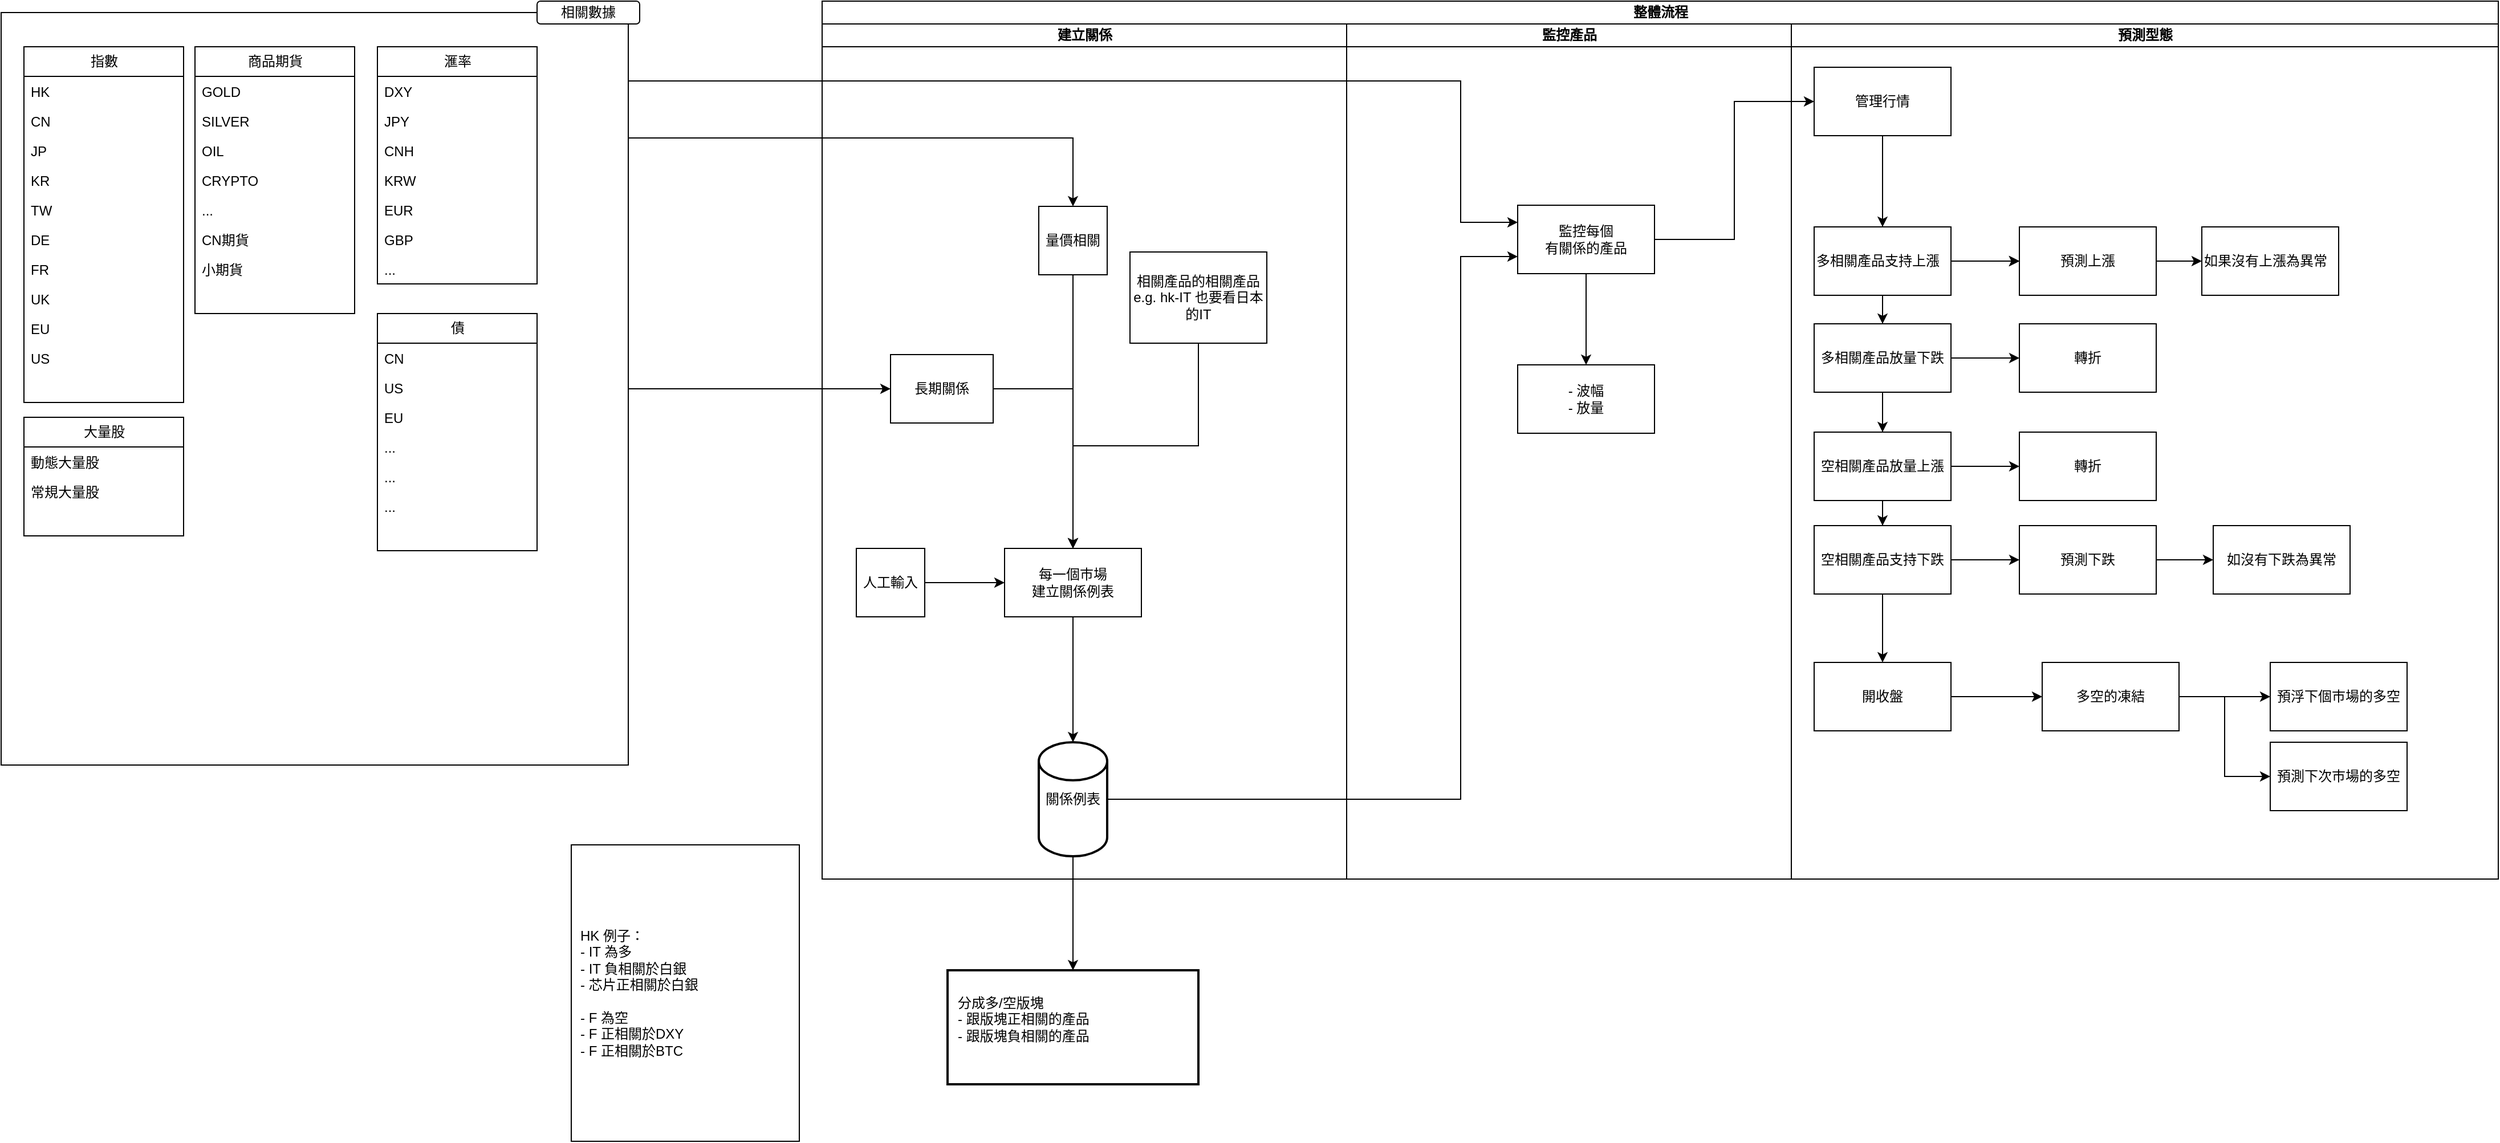
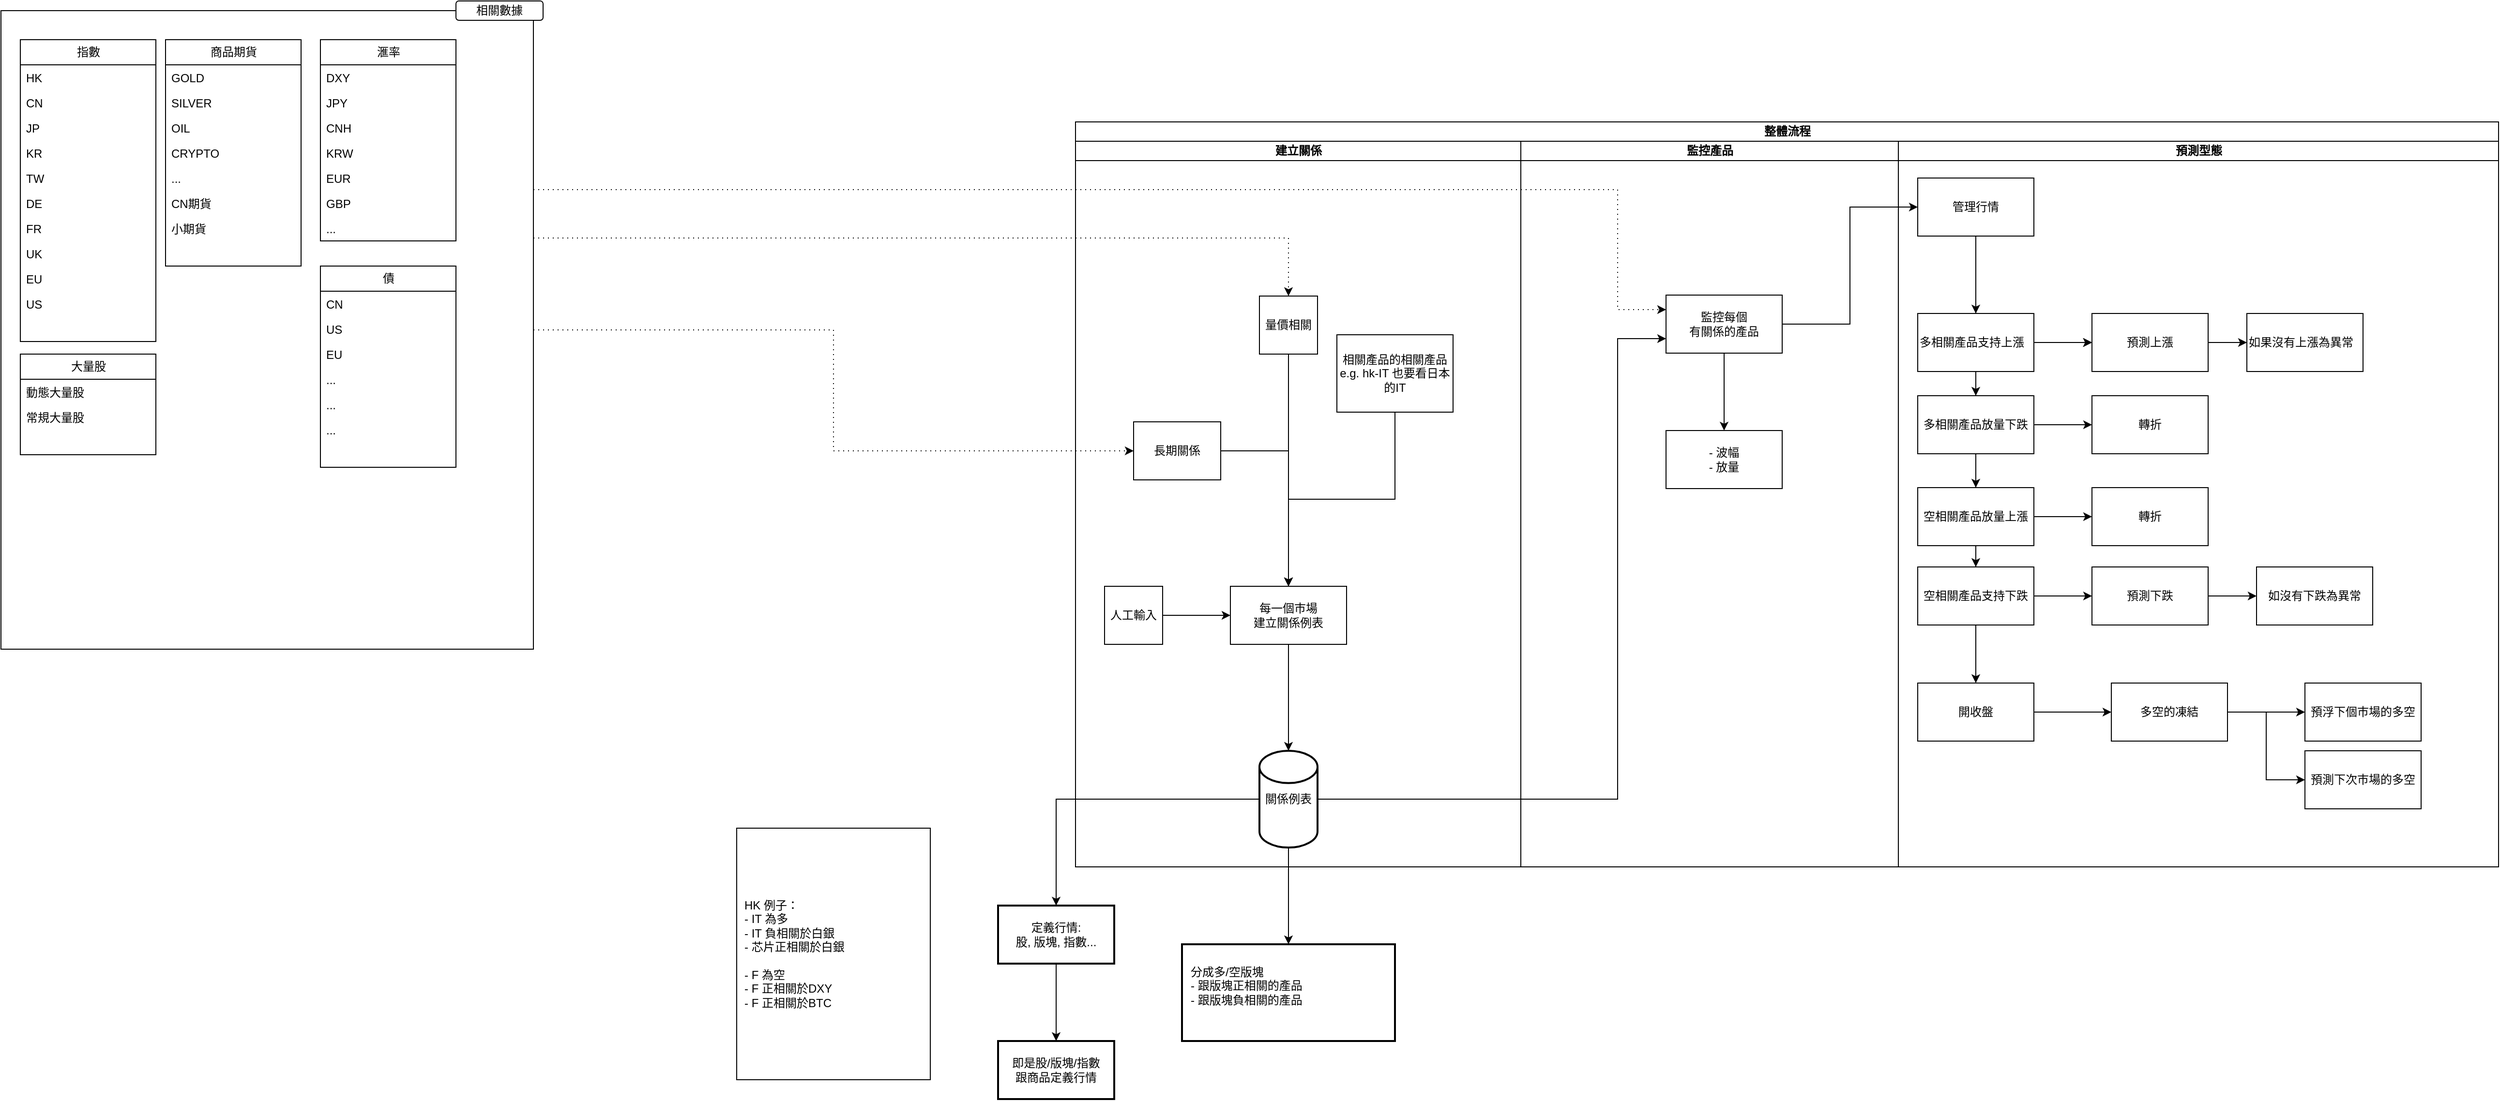
<mxfile host="app.diagrams.net" agent="5.0 (Windows NT 10.0; Win64; x64) AppleWebKit/537.36 (KHTML, like Gecko) Chrome/90.0.4430.212 Safari/537.36">
  <diagram name="Page-1" id="74e2e168-ea6b-b213-b513-2b3c1d86103e">
-     <mxGraphModel dx="3442" dy="810" grid="1" gridSize="10" guides="1" tooltips="1" connect="1" arrows="1" fold="1" page="1" pageScale="1" pageWidth="1100" pageHeight="850" background="none" math="0" shadow="0">
+     <mxGraphModel dx="3538" dy="1800" grid="1" gridSize="10" guides="1" tooltips="1" connect="1" arrows="1" fold="1" page="1" pageScale="1" pageWidth="1100" pageHeight="850" background="none" math="0" shadow="0">
      <root>
        <mxCell id="0" />
        <mxCell id="1" parent="0" />
-         <mxCell id="YQHDDsOLslfGtJY1zLIF-77" edge="1" parent="1" source="YQHDDsOLslfGtJY1zLIF-29" style="edgeStyle=orthogonalEdgeStyle;rounded=0;orthogonalLoop=1;jettySize=auto;html=1;entryX=0.5;entryY=0;entryDx=0;entryDy=0;" target="YQHDDsOLslfGtJY1zLIF-23">
+         <mxCell id="YQHDDsOLslfGtJY1zLIF-77" edge="1" parent="1" source="YQHDDsOLslfGtJY1zLIF-29" style="edgeStyle=orthogonalEdgeStyle;rounded=0;orthogonalLoop=1;jettySize=auto;html=1;entryX=0.5;entryY=0;entryDx=0;entryDy=0;dashed=1;dashPattern=1 4;" target="YQHDDsOLslfGtJY1zLIF-23">
          <mxGeometry relative="1" as="geometry">
            <Array as="points">
              <mxPoint x="360" y="180" />
            </Array>
          </mxGeometry>
        </mxCell>
-         <mxCell id="YQHDDsOLslfGtJY1zLIF-78" edge="1" parent="1" source="YQHDDsOLslfGtJY1zLIF-29" style="edgeStyle=orthogonalEdgeStyle;rounded=0;orthogonalLoop=1;jettySize=auto;html=1;entryX=0;entryY=0.5;entryDx=0;entryDy=0;" target="YQHDDsOLslfGtJY1zLIF-21">
-           <mxGeometry relative="1" as="geometry" />
-         </mxCell>
-         <mxCell id="YQHDDsOLslfGtJY1zLIF-80" edge="1" parent="1" source="YQHDDsOLslfGtJY1zLIF-29" style="edgeStyle=orthogonalEdgeStyle;rounded=0;orthogonalLoop=1;jettySize=auto;html=1;entryX=0;entryY=0.25;entryDx=0;entryDy=0;" target="YQHDDsOLslfGtJY1zLIF-15">
+         <mxCell id="YQHDDsOLslfGtJY1zLIF-78" edge="1" parent="1" source="YQHDDsOLslfGtJY1zLIF-29" style="edgeStyle=orthogonalEdgeStyle;rounded=0;orthogonalLoop=1;jettySize=auto;html=1;entryX=0;entryY=0.5;entryDx=0;entryDy=0;dashed=1;dashPattern=1 4;" target="YQHDDsOLslfGtJY1zLIF-21">
+           <mxGeometry relative="1" as="geometry" />
+         </mxCell>
+         <mxCell id="YQHDDsOLslfGtJY1zLIF-80" edge="1" parent="1" source="YQHDDsOLslfGtJY1zLIF-29" style="edgeStyle=orthogonalEdgeStyle;rounded=0;orthogonalLoop=1;jettySize=auto;html=1;entryX=0;entryY=0.25;entryDx=0;entryDy=0;dashed=1;dashPattern=1 4;" target="YQHDDsOLslfGtJY1zLIF-15">
          <mxGeometry relative="1" as="geometry">
            <Array as="points">
              <mxPoint x="700" y="130" />
              <mxPoint x="700" y="254" />
            </Array>
          </mxGeometry>
        </mxCell>
        <mxCell id="YQHDDsOLslfGtJY1zLIF-29" parent="1" style="rounded=0;whiteSpace=wrap;html=1;" value="" vertex="1">
-           <mxGeometry height="660" width="550" x="-580" y="70" as="geometry" />
+           <mxGeometry height="660" width="550" x="-970" y="-55" as="geometry" />
        </mxCell>
        <mxCell id="YQHDDsOLslfGtJY1zLIF-5" parent="1" style="swimlane;childLayout=stackLayout;resizeParent=1;resizeParentMax=0;startSize=20;html=1;" value="整體流程" vertex="1">
          <mxGeometry height="770" width="1470" x="140" y="60" as="geometry" />
        </mxCell>
        <mxCell id="YQHDDsOLslfGtJY1zLIF-6" parent="YQHDDsOLslfGtJY1zLIF-5" style="swimlane;startSize=20;html=1;" value="建立關係" vertex="1">
          <mxGeometry height="750" width="460" y="20" as="geometry" />
        </mxCell>
        <mxCell id="YQHDDsOLslfGtJY1zLIF-9" parent="YQHDDsOLslfGtJY1zLIF-6" style="rounded=0;whiteSpace=wrap;html=1;" value="每一個巿場&lt;br&gt;建立關係例表" vertex="1">
          <mxGeometry height="60" width="120" x="160" y="460" as="geometry" />
        </mxCell>
        <mxCell id="YQHDDsOLslfGtJY1zLIF-22" edge="1" parent="YQHDDsOLslfGtJY1zLIF-6" source="YQHDDsOLslfGtJY1zLIF-21" style="edgeStyle=orthogonalEdgeStyle;rounded=0;orthogonalLoop=1;jettySize=auto;html=1;entryX=0.5;entryY=0;entryDx=0;entryDy=0;" target="YQHDDsOLslfGtJY1zLIF-9">
          <mxGeometry relative="1" as="geometry" />
        </mxCell>
        <mxCell id="YQHDDsOLslfGtJY1zLIF-21" parent="YQHDDsOLslfGtJY1zLIF-6" style="rounded=0;whiteSpace=wrap;html=1;" value="長期關係" vertex="1">
          <mxGeometry height="60" width="90" x="60" y="290" as="geometry" />
        </mxCell>
        <mxCell id="YQHDDsOLslfGtJY1zLIF-25" edge="1" parent="YQHDDsOLslfGtJY1zLIF-6" source="YQHDDsOLslfGtJY1zLIF-23" style="edgeStyle=orthogonalEdgeStyle;rounded=0;orthogonalLoop=1;jettySize=auto;html=1;entryX=0.5;entryY=0;entryDx=0;entryDy=0;" target="YQHDDsOLslfGtJY1zLIF-9">
          <mxGeometry relative="1" as="geometry" />
        </mxCell>
        <mxCell id="YQHDDsOLslfGtJY1zLIF-23" parent="YQHDDsOLslfGtJY1zLIF-6" style="rounded=0;whiteSpace=wrap;html=1;" value="量價相關" vertex="1">
          <mxGeometry height="60" width="60" x="190" y="160" as="geometry" />
        </mxCell>
        <mxCell id="YQHDDsOLslfGtJY1zLIF-79" edge="1" parent="YQHDDsOLslfGtJY1zLIF-6" source="YQHDDsOLslfGtJY1zLIF-26" style="edgeStyle=orthogonalEdgeStyle;rounded=0;orthogonalLoop=1;jettySize=auto;html=1;" target="YQHDDsOLslfGtJY1zLIF-9">
          <mxGeometry relative="1" as="geometry" />
        </mxCell>
        <mxCell id="YQHDDsOLslfGtJY1zLIF-26" parent="YQHDDsOLslfGtJY1zLIF-6" style="rounded=0;whiteSpace=wrap;html=1;" value="人工輸入" vertex="1">
          <mxGeometry height="60" width="60" x="30" y="460" as="geometry" />
        </mxCell>
        <mxCell id="u62yTT3lsbl58B5bih1E-19" edge="1" parent="YQHDDsOLslfGtJY1zLIF-6" source="u62yTT3lsbl58B5bih1E-18" style="edgeStyle=orthogonalEdgeStyle;rounded=0;orthogonalLoop=1;jettySize=auto;html=1;entryX=0.5;entryY=0;entryDx=0;entryDy=0;" target="YQHDDsOLslfGtJY1zLIF-9">
          <mxGeometry relative="1" as="geometry" />
        </mxCell>
        <mxCell id="u62yTT3lsbl58B5bih1E-18" parent="YQHDDsOLslfGtJY1zLIF-6" style="rounded=0;whiteSpace=wrap;html=1;" value="相關產品的相關產品&lt;div&gt;e.g. hk-IT 也要看日本的IT&lt;/div&gt;" vertex="1">
          <mxGeometry height="80" width="120" x="270" y="200" as="geometry" />
        </mxCell>
        <mxCell id="YQHDDsOLslfGtJY1zLIF-10" parent="YQHDDsOLslfGtJY1zLIF-6" style="strokeWidth=2;html=1;shape=mxgraph.flowchart.database;whiteSpace=wrap;" value="關係例表" vertex="1">
          <mxGeometry height="100" width="60" x="190" y="630" as="geometry" />
        </mxCell>
        <mxCell id="YQHDDsOLslfGtJY1zLIF-12" edge="1" parent="YQHDDsOLslfGtJY1zLIF-6" source="YQHDDsOLslfGtJY1zLIF-9" style="edgeStyle=orthogonalEdgeStyle;rounded=0;orthogonalLoop=1;jettySize=auto;html=1;entryX=0.5;entryY=0;entryDx=0;entryDy=0;entryPerimeter=0;" target="YQHDDsOLslfGtJY1zLIF-10">
          <mxGeometry relative="1" as="geometry" />
        </mxCell>
        <mxCell id="YQHDDsOLslfGtJY1zLIF-7" parent="YQHDDsOLslfGtJY1zLIF-5" style="swimlane;startSize=20;html=1;" value="監控產品" vertex="1">
          <mxGeometry height="750" width="390" x="460" y="20" as="geometry" />
        </mxCell>
        <mxCell id="YQHDDsOLslfGtJY1zLIF-82" edge="1" parent="YQHDDsOLslfGtJY1zLIF-7" source="YQHDDsOLslfGtJY1zLIF-15" style="edgeStyle=orthogonalEdgeStyle;rounded=0;orthogonalLoop=1;jettySize=auto;html=1;" target="YQHDDsOLslfGtJY1zLIF-81" value="">
          <mxGeometry relative="1" as="geometry" />
        </mxCell>
        <mxCell id="YQHDDsOLslfGtJY1zLIF-15" parent="YQHDDsOLslfGtJY1zLIF-7" style="rounded=0;whiteSpace=wrap;html=1;" value="&lt;div&gt;監控每個&lt;/div&gt;&lt;div&gt;有關係的產品&lt;/div&gt;" vertex="1">
          <mxGeometry height="60" width="120" x="150" y="159" as="geometry" />
        </mxCell>
        <mxCell id="YQHDDsOLslfGtJY1zLIF-81" parent="YQHDDsOLslfGtJY1zLIF-7" style="whiteSpace=wrap;html=1;rounded=0;" value="- 波幅&lt;div&gt;- 放量&lt;/div&gt;" vertex="1">
          <mxGeometry height="60" width="120" x="150" y="299" as="geometry" />
        </mxCell>
        <mxCell id="YQHDDsOLslfGtJY1zLIF-18" edge="1" parent="YQHDDsOLslfGtJY1zLIF-5" source="YQHDDsOLslfGtJY1zLIF-15" style="edgeStyle=orthogonalEdgeStyle;rounded=0;orthogonalLoop=1;jettySize=auto;html=1;entryX=0;entryY=0.5;entryDx=0;entryDy=0;" target="YQHDDsOLslfGtJY1zLIF-17">
          <mxGeometry relative="1" as="geometry" />
        </mxCell>
        <mxCell id="YQHDDsOLslfGtJY1zLIF-8" parent="YQHDDsOLslfGtJY1zLIF-5" style="swimlane;startSize=20;html=1;" value="預測型態" vertex="1">
          <mxGeometry height="750" width="620" x="850" y="20" as="geometry" />
        </mxCell>
        <mxCell id="YQHDDsOLslfGtJY1zLIF-99" edge="1" parent="YQHDDsOLslfGtJY1zLIF-8" source="YQHDDsOLslfGtJY1zLIF-17" style="edgeStyle=orthogonalEdgeStyle;rounded=0;orthogonalLoop=1;jettySize=auto;html=1;" target="YQHDDsOLslfGtJY1zLIF-98" value="">
          <mxGeometry relative="1" as="geometry" />
        </mxCell>
        <mxCell id="YQHDDsOLslfGtJY1zLIF-109" edge="1" parent="YQHDDsOLslfGtJY1zLIF-8" source="YQHDDsOLslfGtJY1zLIF-17" style="edgeStyle=orthogonalEdgeStyle;rounded=0;orthogonalLoop=1;jettySize=auto;html=1;" target="YQHDDsOLslfGtJY1zLIF-108" value="">
          <mxGeometry relative="1" as="geometry" />
        </mxCell>
        <mxCell id="YQHDDsOLslfGtJY1zLIF-115" edge="1" parent="YQHDDsOLslfGtJY1zLIF-8" source="YQHDDsOLslfGtJY1zLIF-17" style="edgeStyle=orthogonalEdgeStyle;rounded=0;orthogonalLoop=1;jettySize=auto;html=1;" target="YQHDDsOLslfGtJY1zLIF-114" value="">
          <mxGeometry relative="1" as="geometry" />
        </mxCell>
        <mxCell id="YQHDDsOLslfGtJY1zLIF-119" edge="1" parent="YQHDDsOLslfGtJY1zLIF-8" source="YQHDDsOLslfGtJY1zLIF-17" style="edgeStyle=orthogonalEdgeStyle;rounded=0;orthogonalLoop=1;jettySize=auto;html=1;" target="YQHDDsOLslfGtJY1zLIF-118" value="">
          <mxGeometry relative="1" as="geometry" />
        </mxCell>
        <mxCell id="u62yTT3lsbl58B5bih1E-2" edge="1" parent="YQHDDsOLslfGtJY1zLIF-8" source="YQHDDsOLslfGtJY1zLIF-17" style="edgeStyle=orthogonalEdgeStyle;rounded=0;orthogonalLoop=1;jettySize=auto;html=1;" target="u62yTT3lsbl58B5bih1E-1" value="">
          <mxGeometry relative="1" as="geometry" />
        </mxCell>
        <mxCell id="YQHDDsOLslfGtJY1zLIF-17" parent="YQHDDsOLslfGtJY1zLIF-8" style="rounded=0;whiteSpace=wrap;html=1;" value="管理行情" vertex="1">
          <mxGeometry height="60" width="120" x="20" y="38" as="geometry" />
        </mxCell>
        <mxCell id="YQHDDsOLslfGtJY1zLIF-101" edge="1" parent="YQHDDsOLslfGtJY1zLIF-8" source="YQHDDsOLslfGtJY1zLIF-98" style="edgeStyle=orthogonalEdgeStyle;rounded=0;orthogonalLoop=1;jettySize=auto;html=1;" target="YQHDDsOLslfGtJY1zLIF-100" value="">
          <mxGeometry relative="1" as="geometry" />
        </mxCell>
        <mxCell id="YQHDDsOLslfGtJY1zLIF-103" edge="1" parent="YQHDDsOLslfGtJY1zLIF-8" source="YQHDDsOLslfGtJY1zLIF-98" style="edgeStyle=orthogonalEdgeStyle;rounded=0;orthogonalLoop=1;jettySize=auto;html=1;" target="YQHDDsOLslfGtJY1zLIF-100" value="">
          <mxGeometry relative="1" as="geometry" />
        </mxCell>
        <mxCell id="YQHDDsOLslfGtJY1zLIF-104" edge="1" parent="YQHDDsOLslfGtJY1zLIF-8" source="YQHDDsOLslfGtJY1zLIF-98" style="edgeStyle=orthogonalEdgeStyle;rounded=0;orthogonalLoop=1;jettySize=auto;html=1;" target="YQHDDsOLslfGtJY1zLIF-100" value="">
          <mxGeometry relative="1" as="geometry" />
        </mxCell>
        <mxCell id="YQHDDsOLslfGtJY1zLIF-98" parent="YQHDDsOLslfGtJY1zLIF-8" style="whiteSpace=wrap;html=1;rounded=0;align=left;" value="多相關產品支持上漲" vertex="1">
          <mxGeometry height="60" width="120" x="20" y="178" as="geometry" />
        </mxCell>
        <mxCell id="YQHDDsOLslfGtJY1zLIF-107" edge="1" parent="YQHDDsOLslfGtJY1zLIF-8" source="YQHDDsOLslfGtJY1zLIF-100" style="edgeStyle=orthogonalEdgeStyle;rounded=0;orthogonalLoop=1;jettySize=auto;html=1;entryX=0;entryY=0.5;entryDx=0;entryDy=0;" target="YQHDDsOLslfGtJY1zLIF-105">
          <mxGeometry relative="1" as="geometry" />
        </mxCell>
        <mxCell id="YQHDDsOLslfGtJY1zLIF-100" parent="YQHDDsOLslfGtJY1zLIF-8" style="whiteSpace=wrap;html=1;align=center;rounded=0;" value="預測上漲" vertex="1">
          <mxGeometry height="60" width="120" x="200" y="178" as="geometry" />
        </mxCell>
        <mxCell id="YQHDDsOLslfGtJY1zLIF-105" parent="YQHDDsOLslfGtJY1zLIF-8" style="whiteSpace=wrap;html=1;align=left;rounded=0;" value="如果沒有上漲為異常" vertex="1">
          <mxGeometry height="60" width="120" x="360" y="178" as="geometry" />
        </mxCell>
        <mxCell id="YQHDDsOLslfGtJY1zLIF-113" edge="1" parent="YQHDDsOLslfGtJY1zLIF-8" source="YQHDDsOLslfGtJY1zLIF-108" style="edgeStyle=orthogonalEdgeStyle;rounded=0;orthogonalLoop=1;jettySize=auto;html=1;" target="YQHDDsOLslfGtJY1zLIF-112" value="">
          <mxGeometry relative="1" as="geometry" />
        </mxCell>
        <mxCell id="YQHDDsOLslfGtJY1zLIF-108" parent="YQHDDsOLslfGtJY1zLIF-8" style="whiteSpace=wrap;html=1;rounded=0;" value="多相關產品放量下跌" vertex="1">
          <mxGeometry height="60" width="120" x="20" y="263" as="geometry" />
        </mxCell>
        <mxCell id="YQHDDsOLslfGtJY1zLIF-112" parent="YQHDDsOLslfGtJY1zLIF-8" style="whiteSpace=wrap;html=1;rounded=0;" value="轉折" vertex="1">
          <mxGeometry height="60" width="120" x="200" y="263" as="geometry" />
        </mxCell>
        <mxCell id="YQHDDsOLslfGtJY1zLIF-117" edge="1" parent="YQHDDsOLslfGtJY1zLIF-8" source="YQHDDsOLslfGtJY1zLIF-114" style="edgeStyle=orthogonalEdgeStyle;rounded=0;orthogonalLoop=1;jettySize=auto;html=1;entryX=0;entryY=0.5;entryDx=0;entryDy=0;" target="YQHDDsOLslfGtJY1zLIF-116">
          <mxGeometry relative="1" as="geometry" />
        </mxCell>
        <mxCell id="YQHDDsOLslfGtJY1zLIF-114" parent="YQHDDsOLslfGtJY1zLIF-8" style="whiteSpace=wrap;html=1;rounded=0;" value="空相關產品放量上漲" vertex="1">
          <mxGeometry height="60" width="120" x="20" y="358" as="geometry" />
        </mxCell>
        <mxCell id="YQHDDsOLslfGtJY1zLIF-116" parent="YQHDDsOLslfGtJY1zLIF-8" style="whiteSpace=wrap;html=1;rounded=0;" value="轉折" vertex="1">
          <mxGeometry height="60" width="120" x="200" y="358" as="geometry" />
        </mxCell>
        <mxCell id="YQHDDsOLslfGtJY1zLIF-121" edge="1" parent="YQHDDsOLslfGtJY1zLIF-8" source="YQHDDsOLslfGtJY1zLIF-118" style="edgeStyle=orthogonalEdgeStyle;rounded=0;orthogonalLoop=1;jettySize=auto;html=1;" target="YQHDDsOLslfGtJY1zLIF-120">
          <mxGeometry relative="1" as="geometry" />
        </mxCell>
        <mxCell id="YQHDDsOLslfGtJY1zLIF-118" parent="YQHDDsOLslfGtJY1zLIF-8" style="whiteSpace=wrap;html=1;rounded=0;" value="&lt;span style=&quot;text-align: left;&quot;&gt;空相關產品支持下跌&lt;/span&gt;" vertex="1">
          <mxGeometry height="60" width="120" x="20" y="440" as="geometry" />
        </mxCell>
        <mxCell id="YQHDDsOLslfGtJY1zLIF-124" edge="1" parent="YQHDDsOLslfGtJY1zLIF-8" source="YQHDDsOLslfGtJY1zLIF-120" style="edgeStyle=orthogonalEdgeStyle;rounded=0;orthogonalLoop=1;jettySize=auto;html=1;" target="YQHDDsOLslfGtJY1zLIF-123" value="">
          <mxGeometry relative="1" as="geometry" />
        </mxCell>
        <mxCell id="YQHDDsOLslfGtJY1zLIF-120" parent="YQHDDsOLslfGtJY1zLIF-8" style="whiteSpace=wrap;html=1;rounded=0;" value="預測下跌" vertex="1">
          <mxGeometry height="60" width="120" x="200" y="440" as="geometry" />
        </mxCell>
        <mxCell id="YQHDDsOLslfGtJY1zLIF-123" parent="YQHDDsOLslfGtJY1zLIF-8" style="whiteSpace=wrap;html=1;rounded=0;" value="如沒有下跌為異常" vertex="1">
          <mxGeometry height="60" width="120" x="370" y="440" as="geometry" />
        </mxCell>
        <mxCell id="u62yTT3lsbl58B5bih1E-4" edge="1" parent="YQHDDsOLslfGtJY1zLIF-8" source="u62yTT3lsbl58B5bih1E-1" style="edgeStyle=orthogonalEdgeStyle;rounded=0;orthogonalLoop=1;jettySize=auto;html=1;" target="u62yTT3lsbl58B5bih1E-3" value="">
          <mxGeometry relative="1" as="geometry" />
        </mxCell>
        <mxCell id="u62yTT3lsbl58B5bih1E-1" parent="YQHDDsOLslfGtJY1zLIF-8" style="whiteSpace=wrap;html=1;rounded=0;" value="開收盤" vertex="1">
          <mxGeometry height="60" width="120" x="20" y="560" as="geometry" />
        </mxCell>
        <mxCell id="u62yTT3lsbl58B5bih1E-6" edge="1" parent="YQHDDsOLslfGtJY1zLIF-8" source="u62yTT3lsbl58B5bih1E-3" style="edgeStyle=orthogonalEdgeStyle;rounded=0;orthogonalLoop=1;jettySize=auto;html=1;" target="u62yTT3lsbl58B5bih1E-5" value="">
          <mxGeometry relative="1" as="geometry" />
        </mxCell>
        <mxCell id="u62yTT3lsbl58B5bih1E-9" edge="1" parent="YQHDDsOLslfGtJY1zLIF-8" source="u62yTT3lsbl58B5bih1E-3" style="edgeStyle=orthogonalEdgeStyle;rounded=0;orthogonalLoop=1;jettySize=auto;html=1;entryX=0;entryY=0.5;entryDx=0;entryDy=0;" target="u62yTT3lsbl58B5bih1E-7">
          <mxGeometry relative="1" as="geometry" />
        </mxCell>
        <mxCell id="u62yTT3lsbl58B5bih1E-3" parent="YQHDDsOLslfGtJY1zLIF-8" style="whiteSpace=wrap;html=1;rounded=0;" value="多空的凍結" vertex="1">
          <mxGeometry height="60" width="120" x="220" y="560" as="geometry" />
        </mxCell>
        <mxCell id="u62yTT3lsbl58B5bih1E-5" parent="YQHDDsOLslfGtJY1zLIF-8" style="whiteSpace=wrap;html=1;rounded=0;" value="預浮下個巿場的多空" vertex="1">
          <mxGeometry height="60" width="120" x="420" y="560" as="geometry" />
        </mxCell>
        <mxCell id="u62yTT3lsbl58B5bih1E-7" parent="YQHDDsOLslfGtJY1zLIF-8" style="whiteSpace=wrap;html=1;rounded=0;" value="預測下次巿場的多空" vertex="1">
          <mxGeometry height="60" width="120" x="420" y="630" as="geometry" />
        </mxCell>
        <mxCell id="YQHDDsOLslfGtJY1zLIF-16" edge="1" parent="YQHDDsOLslfGtJY1zLIF-5" source="YQHDDsOLslfGtJY1zLIF-10" style="edgeStyle=orthogonalEdgeStyle;rounded=0;orthogonalLoop=1;jettySize=auto;html=1;entryX=0;entryY=0.75;entryDx=0;entryDy=0;" target="YQHDDsOLslfGtJY1zLIF-15">
          <mxGeometry relative="1" as="geometry">
            <Array as="points">
              <mxPoint x="560" y="700" />
              <mxPoint x="560" y="224" />
            </Array>
          </mxGeometry>
        </mxCell>
        <mxCell id="YQHDDsOLslfGtJY1zLIF-84" edge="1" parent="1" source="YQHDDsOLslfGtJY1zLIF-10" style="edgeStyle=orthogonalEdgeStyle;rounded=0;orthogonalLoop=1;jettySize=auto;html=1;" target="YQHDDsOLslfGtJY1zLIF-83" value="">
          <mxGeometry relative="1" as="geometry" />
        </mxCell>
        <mxCell id="YQHDDsOLslfGtJY1zLIF-31" parent="1" style="swimlane;fontStyle=0;childLayout=stackLayout;horizontal=1;startSize=26;fillColor=none;horizontalStack=0;resizeParent=1;resizeParentMax=0;resizeLast=0;collapsible=1;marginBottom=0;html=1;" value="指數" vertex="1">
-           <mxGeometry height="312" width="140" x="-560" y="100" as="geometry">
+           <mxGeometry height="312" width="140" x="-950" y="-25" as="geometry">
            <mxRectangle height="30" width="60" x="-120" y="310" as="alternateBounds" />
          </mxGeometry>
        </mxCell>
        <mxCell id="YQHDDsOLslfGtJY1zLIF-32" parent="YQHDDsOLslfGtJY1zLIF-31" style="text;strokeColor=none;fillColor=none;align=left;verticalAlign=top;spacingLeft=4;spacingRight=4;overflow=hidden;rotatable=0;points=[[0,0.5],[1,0.5]];portConstraint=eastwest;whiteSpace=wrap;html=1;" value="HK" vertex="1">
          <mxGeometry height="26" width="140" y="26" as="geometry" />
        </mxCell>
        <mxCell id="YQHDDsOLslfGtJY1zLIF-33" parent="YQHDDsOLslfGtJY1zLIF-31" style="text;strokeColor=none;fillColor=none;align=left;verticalAlign=top;spacingLeft=4;spacingRight=4;overflow=hidden;rotatable=0;points=[[0,0.5],[1,0.5]];portConstraint=eastwest;whiteSpace=wrap;html=1;" value="CN" vertex="1">
          <mxGeometry height="26" width="140" y="52" as="geometry" />
        </mxCell>
        <mxCell id="YQHDDsOLslfGtJY1zLIF-34" parent="YQHDDsOLslfGtJY1zLIF-31" style="text;strokeColor=none;fillColor=none;align=left;verticalAlign=top;spacingLeft=4;spacingRight=4;overflow=hidden;rotatable=0;points=[[0,0.5],[1,0.5]];portConstraint=eastwest;whiteSpace=wrap;html=1;" value="JP" vertex="1">
          <mxGeometry height="26" width="140" y="78" as="geometry" />
        </mxCell>
        <mxCell id="YQHDDsOLslfGtJY1zLIF-35" parent="YQHDDsOLslfGtJY1zLIF-31" style="text;strokeColor=none;fillColor=none;align=left;verticalAlign=top;spacingLeft=4;spacingRight=4;overflow=hidden;rotatable=0;points=[[0,0.5],[1,0.5]];portConstraint=eastwest;whiteSpace=wrap;html=1;" value="KR" vertex="1">
          <mxGeometry height="26" width="140" y="104" as="geometry" />
        </mxCell>
        <mxCell id="YQHDDsOLslfGtJY1zLIF-39" parent="YQHDDsOLslfGtJY1zLIF-31" style="text;strokeColor=none;fillColor=none;align=left;verticalAlign=top;spacingLeft=4;spacingRight=4;overflow=hidden;rotatable=0;points=[[0,0.5],[1,0.5]];portConstraint=eastwest;whiteSpace=wrap;html=1;" value="TW" vertex="1">
          <mxGeometry height="26" width="140" y="130" as="geometry" />
        </mxCell>
        <mxCell id="YQHDDsOLslfGtJY1zLIF-38" parent="YQHDDsOLslfGtJY1zLIF-31" style="text;strokeColor=none;fillColor=none;align=left;verticalAlign=top;spacingLeft=4;spacingRight=4;overflow=hidden;rotatable=0;points=[[0,0.5],[1,0.5]];portConstraint=eastwest;whiteSpace=wrap;html=1;" value="DE" vertex="1">
          <mxGeometry height="26" width="140" y="156" as="geometry" />
        </mxCell>
        <mxCell id="YQHDDsOLslfGtJY1zLIF-37" parent="YQHDDsOLslfGtJY1zLIF-31" style="text;strokeColor=none;fillColor=none;align=left;verticalAlign=top;spacingLeft=4;spacingRight=4;overflow=hidden;rotatable=0;points=[[0,0.5],[1,0.5]];portConstraint=eastwest;whiteSpace=wrap;html=1;" value="FR" vertex="1">
          <mxGeometry height="26" width="140" y="182" as="geometry" />
        </mxCell>
        <mxCell id="YQHDDsOLslfGtJY1zLIF-36" parent="YQHDDsOLslfGtJY1zLIF-31" style="text;strokeColor=none;fillColor=none;align=left;verticalAlign=top;spacingLeft=4;spacingRight=4;overflow=hidden;rotatable=0;points=[[0,0.5],[1,0.5]];portConstraint=eastwest;whiteSpace=wrap;html=1;" value="UK&lt;span style=&quot;white-space: pre;&quot;&gt;&#x9;&lt;/span&gt;" vertex="1">
          <mxGeometry height="26" width="140" y="208" as="geometry" />
        </mxCell>
        <mxCell id="YQHDDsOLslfGtJY1zLIF-42" parent="YQHDDsOLslfGtJY1zLIF-31" style="text;strokeColor=none;fillColor=none;align=left;verticalAlign=top;spacingLeft=4;spacingRight=4;overflow=hidden;rotatable=0;points=[[0,0.5],[1,0.5]];portConstraint=eastwest;whiteSpace=wrap;html=1;" value="EU" vertex="1">
          <mxGeometry height="26" width="140" y="234" as="geometry" />
        </mxCell>
        <mxCell id="YQHDDsOLslfGtJY1zLIF-41" parent="YQHDDsOLslfGtJY1zLIF-31" style="text;strokeColor=none;fillColor=none;align=left;verticalAlign=top;spacingLeft=4;spacingRight=4;overflow=hidden;rotatable=0;points=[[0,0.5],[1,0.5]];portConstraint=eastwest;whiteSpace=wrap;html=1;" value="US" vertex="1">
          <mxGeometry height="26" width="140" y="260" as="geometry" />
        </mxCell>
        <mxCell id="YQHDDsOLslfGtJY1zLIF-40" parent="YQHDDsOLslfGtJY1zLIF-31" style="text;strokeColor=none;fillColor=none;align=left;verticalAlign=top;spacingLeft=4;spacingRight=4;overflow=hidden;rotatable=0;points=[[0,0.5],[1,0.5]];portConstraint=eastwest;whiteSpace=wrap;html=1;" vertex="1">
          <mxGeometry height="26" width="140" y="286" as="geometry" />
        </mxCell>
        <mxCell id="YQHDDsOLslfGtJY1zLIF-44" parent="1" style="rounded=1;whiteSpace=wrap;html=1;" value="相關數據" vertex="1">
-           <mxGeometry height="20" width="90" x="-110" y="60" as="geometry" />
+           <mxGeometry height="20" width="90" x="-500" y="-65" as="geometry" />
        </mxCell>
        <mxCell id="YQHDDsOLslfGtJY1zLIF-45" parent="1" style="swimlane;fontStyle=0;childLayout=stackLayout;horizontal=1;startSize=26;fillColor=none;horizontalStack=0;resizeParent=1;resizeParentMax=0;resizeLast=0;collapsible=1;marginBottom=0;html=1;" value="商品期貨" vertex="1">
-           <mxGeometry height="234" width="140" x="-410" y="100" as="geometry">
+           <mxGeometry height="234" width="140" x="-800" y="-25" as="geometry">
            <mxRectangle height="30" width="60" x="-120" y="310" as="alternateBounds" />
          </mxGeometry>
        </mxCell>
        <mxCell id="YQHDDsOLslfGtJY1zLIF-46" parent="YQHDDsOLslfGtJY1zLIF-45" style="text;strokeColor=none;fillColor=none;align=left;verticalAlign=top;spacingLeft=4;spacingRight=4;overflow=hidden;rotatable=0;points=[[0,0.5],[1,0.5]];portConstraint=eastwest;whiteSpace=wrap;html=1;" value="GOLD" vertex="1">
          <mxGeometry height="26" width="140" y="26" as="geometry" />
        </mxCell>
        <mxCell id="YQHDDsOLslfGtJY1zLIF-47" parent="YQHDDsOLslfGtJY1zLIF-45" style="text;strokeColor=none;fillColor=none;align=left;verticalAlign=top;spacingLeft=4;spacingRight=4;overflow=hidden;rotatable=0;points=[[0,0.5],[1,0.5]];portConstraint=eastwest;whiteSpace=wrap;html=1;" value="SILVER" vertex="1">
          <mxGeometry height="26" width="140" y="52" as="geometry" />
        </mxCell>
        <mxCell id="YQHDDsOLslfGtJY1zLIF-48" parent="YQHDDsOLslfGtJY1zLIF-45" style="text;strokeColor=none;fillColor=none;align=left;verticalAlign=top;spacingLeft=4;spacingRight=4;overflow=hidden;rotatable=0;points=[[0,0.5],[1,0.5]];portConstraint=eastwest;whiteSpace=wrap;html=1;" value="OIL" vertex="1">
          <mxGeometry height="26" width="140" y="78" as="geometry" />
        </mxCell>
        <mxCell id="YQHDDsOLslfGtJY1zLIF-49" parent="YQHDDsOLslfGtJY1zLIF-45" style="text;strokeColor=none;fillColor=none;align=left;verticalAlign=top;spacingLeft=4;spacingRight=4;overflow=hidden;rotatable=0;points=[[0,0.5],[1,0.5]];portConstraint=eastwest;whiteSpace=wrap;html=1;" value="CRYPTO" vertex="1">
          <mxGeometry height="26" width="140" y="104" as="geometry" />
        </mxCell>
        <mxCell id="YQHDDsOLslfGtJY1zLIF-50" parent="YQHDDsOLslfGtJY1zLIF-45" style="text;strokeColor=none;fillColor=none;align=left;verticalAlign=top;spacingLeft=4;spacingRight=4;overflow=hidden;rotatable=0;points=[[0,0.5],[1,0.5]];portConstraint=eastwest;whiteSpace=wrap;html=1;" value="..." vertex="1">
          <mxGeometry height="26" width="140" y="130" as="geometry" />
        </mxCell>
        <mxCell id="YQHDDsOLslfGtJY1zLIF-51" parent="YQHDDsOLslfGtJY1zLIF-45" style="text;strokeColor=none;fillColor=none;align=left;verticalAlign=top;spacingLeft=4;spacingRight=4;overflow=hidden;rotatable=0;points=[[0,0.5],[1,0.5]];portConstraint=eastwest;whiteSpace=wrap;html=1;" value="CN期貨" vertex="1">
          <mxGeometry height="26" width="140" y="156" as="geometry" />
        </mxCell>
        <mxCell id="YQHDDsOLslfGtJY1zLIF-52" parent="YQHDDsOLslfGtJY1zLIF-45" style="text;strokeColor=none;fillColor=none;align=left;verticalAlign=top;spacingLeft=4;spacingRight=4;overflow=hidden;rotatable=0;points=[[0,0.5],[1,0.5]];portConstraint=eastwest;whiteSpace=wrap;html=1;" value="小期貨" vertex="1">
          <mxGeometry height="26" width="140" y="182" as="geometry" />
        </mxCell>
        <mxCell id="YQHDDsOLslfGtJY1zLIF-56" parent="YQHDDsOLslfGtJY1zLIF-45" style="text;strokeColor=none;fillColor=none;align=left;verticalAlign=top;spacingLeft=4;spacingRight=4;overflow=hidden;rotatable=0;points=[[0,0.5],[1,0.5]];portConstraint=eastwest;whiteSpace=wrap;html=1;" vertex="1">
          <mxGeometry height="26" width="140" y="208" as="geometry" />
        </mxCell>
        <mxCell id="YQHDDsOLslfGtJY1zLIF-57" parent="1" style="swimlane;fontStyle=0;childLayout=stackLayout;horizontal=1;startSize=26;fillColor=none;horizontalStack=0;resizeParent=1;resizeParentMax=0;resizeLast=0;collapsible=1;marginBottom=0;html=1;" value="滙率" vertex="1">
-           <mxGeometry height="208" width="140" x="-250" y="100" as="geometry">
+           <mxGeometry height="208" width="140" x="-640" y="-25" as="geometry">
            <mxRectangle height="30" width="60" x="-120" y="310" as="alternateBounds" />
          </mxGeometry>
        </mxCell>
        <mxCell id="YQHDDsOLslfGtJY1zLIF-58" parent="YQHDDsOLslfGtJY1zLIF-57" style="text;strokeColor=none;fillColor=none;align=left;verticalAlign=top;spacingLeft=4;spacingRight=4;overflow=hidden;rotatable=0;points=[[0,0.5],[1,0.5]];portConstraint=eastwest;whiteSpace=wrap;html=1;" value="DXY" vertex="1">
          <mxGeometry height="26" width="140" y="26" as="geometry" />
        </mxCell>
        <mxCell id="YQHDDsOLslfGtJY1zLIF-59" parent="YQHDDsOLslfGtJY1zLIF-57" style="text;strokeColor=none;fillColor=none;align=left;verticalAlign=top;spacingLeft=4;spacingRight=4;overflow=hidden;rotatable=0;points=[[0,0.5],[1,0.5]];portConstraint=eastwest;whiteSpace=wrap;html=1;" value="JPY" vertex="1">
          <mxGeometry height="26" width="140" y="52" as="geometry" />
        </mxCell>
        <mxCell id="YQHDDsOLslfGtJY1zLIF-60" parent="YQHDDsOLslfGtJY1zLIF-57" style="text;strokeColor=none;fillColor=none;align=left;verticalAlign=top;spacingLeft=4;spacingRight=4;overflow=hidden;rotatable=0;points=[[0,0.5],[1,0.5]];portConstraint=eastwest;whiteSpace=wrap;html=1;" value="CNH" vertex="1">
          <mxGeometry height="26" width="140" y="78" as="geometry" />
        </mxCell>
        <mxCell id="YQHDDsOLslfGtJY1zLIF-61" parent="YQHDDsOLslfGtJY1zLIF-57" style="text;strokeColor=none;fillColor=none;align=left;verticalAlign=top;spacingLeft=4;spacingRight=4;overflow=hidden;rotatable=0;points=[[0,0.5],[1,0.5]];portConstraint=eastwest;whiteSpace=wrap;html=1;" value="KRW" vertex="1">
          <mxGeometry height="26" width="140" y="104" as="geometry" />
        </mxCell>
        <mxCell id="YQHDDsOLslfGtJY1zLIF-62" parent="YQHDDsOLslfGtJY1zLIF-57" style="text;strokeColor=none;fillColor=none;align=left;verticalAlign=top;spacingLeft=4;spacingRight=4;overflow=hidden;rotatable=0;points=[[0,0.5],[1,0.5]];portConstraint=eastwest;whiteSpace=wrap;html=1;" value="EUR" vertex="1">
          <mxGeometry height="26" width="140" y="130" as="geometry" />
        </mxCell>
        <mxCell id="YQHDDsOLslfGtJY1zLIF-66" parent="YQHDDsOLslfGtJY1zLIF-57" style="text;strokeColor=none;fillColor=none;align=left;verticalAlign=top;spacingLeft=4;spacingRight=4;overflow=hidden;rotatable=0;points=[[0,0.5],[1,0.5]];portConstraint=eastwest;whiteSpace=wrap;html=1;" value="GBP" vertex="1">
          <mxGeometry height="26" width="140" y="156" as="geometry" />
        </mxCell>
        <mxCell id="YQHDDsOLslfGtJY1zLIF-68" parent="YQHDDsOLslfGtJY1zLIF-57" style="text;strokeColor=none;fillColor=none;align=left;verticalAlign=top;spacingLeft=4;spacingRight=4;overflow=hidden;rotatable=0;points=[[0,0.5],[1,0.5]];portConstraint=eastwest;whiteSpace=wrap;html=1;" value="..." vertex="1">
          <mxGeometry height="26" width="140" y="182" as="geometry" />
        </mxCell>
        <mxCell id="YQHDDsOLslfGtJY1zLIF-69" parent="1" style="swimlane;fontStyle=0;childLayout=stackLayout;horizontal=1;startSize=26;fillColor=none;horizontalStack=0;resizeParent=1;resizeParentMax=0;resizeLast=0;collapsible=1;marginBottom=0;html=1;" value="債" vertex="1">
-           <mxGeometry height="208" width="140" x="-250" y="334" as="geometry">
+           <mxGeometry height="208" width="140" x="-640" y="209" as="geometry">
            <mxRectangle height="30" width="60" x="-120" y="310" as="alternateBounds" />
          </mxGeometry>
        </mxCell>
        <mxCell id="YQHDDsOLslfGtJY1zLIF-70" parent="YQHDDsOLslfGtJY1zLIF-69" style="text;strokeColor=none;fillColor=none;align=left;verticalAlign=top;spacingLeft=4;spacingRight=4;overflow=hidden;rotatable=0;points=[[0,0.5],[1,0.5]];portConstraint=eastwest;whiteSpace=wrap;html=1;" value="CN" vertex="1">
          <mxGeometry height="26" width="140" y="26" as="geometry" />
        </mxCell>
        <mxCell id="YQHDDsOLslfGtJY1zLIF-71" parent="YQHDDsOLslfGtJY1zLIF-69" style="text;strokeColor=none;fillColor=none;align=left;verticalAlign=top;spacingLeft=4;spacingRight=4;overflow=hidden;rotatable=0;points=[[0,0.5],[1,0.5]];portConstraint=eastwest;whiteSpace=wrap;html=1;" value="US" vertex="1">
          <mxGeometry height="26" width="140" y="52" as="geometry" />
        </mxCell>
        <mxCell id="YQHDDsOLslfGtJY1zLIF-72" parent="YQHDDsOLslfGtJY1zLIF-69" style="text;strokeColor=none;fillColor=none;align=left;verticalAlign=top;spacingLeft=4;spacingRight=4;overflow=hidden;rotatable=0;points=[[0,0.5],[1,0.5]];portConstraint=eastwest;whiteSpace=wrap;html=1;" value="EU" vertex="1">
          <mxGeometry height="26" width="140" y="78" as="geometry" />
        </mxCell>
        <mxCell id="YQHDDsOLslfGtJY1zLIF-73" parent="YQHDDsOLslfGtJY1zLIF-69" style="text;strokeColor=none;fillColor=none;align=left;verticalAlign=top;spacingLeft=4;spacingRight=4;overflow=hidden;rotatable=0;points=[[0,0.5],[1,0.5]];portConstraint=eastwest;whiteSpace=wrap;html=1;" value="..." vertex="1">
          <mxGeometry height="26" width="140" y="104" as="geometry" />
        </mxCell>
        <mxCell id="YQHDDsOLslfGtJY1zLIF-74" parent="YQHDDsOLslfGtJY1zLIF-69" style="text;strokeColor=none;fillColor=none;align=left;verticalAlign=top;spacingLeft=4;spacingRight=4;overflow=hidden;rotatable=0;points=[[0,0.5],[1,0.5]];portConstraint=eastwest;whiteSpace=wrap;html=1;" value="..." vertex="1">
          <mxGeometry height="26" width="140" y="130" as="geometry" />
        </mxCell>
        <mxCell id="YQHDDsOLslfGtJY1zLIF-75" parent="YQHDDsOLslfGtJY1zLIF-69" style="text;strokeColor=none;fillColor=none;align=left;verticalAlign=top;spacingLeft=4;spacingRight=4;overflow=hidden;rotatable=0;points=[[0,0.5],[1,0.5]];portConstraint=eastwest;whiteSpace=wrap;html=1;" value="..." vertex="1">
          <mxGeometry height="26" width="140" y="156" as="geometry" />
        </mxCell>
        <mxCell id="YQHDDsOLslfGtJY1zLIF-76" parent="YQHDDsOLslfGtJY1zLIF-69" style="text;strokeColor=none;fillColor=none;align=left;verticalAlign=top;spacingLeft=4;spacingRight=4;overflow=hidden;rotatable=0;points=[[0,0.5],[1,0.5]];portConstraint=eastwest;whiteSpace=wrap;html=1;" vertex="1">
          <mxGeometry height="26" width="140" y="182" as="geometry" />
        </mxCell>
        <mxCell id="YQHDDsOLslfGtJY1zLIF-83" parent="1" style="whiteSpace=wrap;html=1;strokeWidth=2;align=left;spacingLeft=7;" value="分成多/空版塊&lt;div&gt;- 跟版塊正相關的產品&lt;/div&gt;&lt;div&gt;- 跟版塊負相關的產品&lt;br&gt;&lt;div&gt;&lt;br&gt;&lt;/div&gt;&lt;/div&gt;" vertex="1">
          <mxGeometry height="100" width="220" x="250" y="910" as="geometry" />
        </mxCell>
        <mxCell id="YQHDDsOLslfGtJY1zLIF-85" parent="1" style="whiteSpace=wrap;html=1;align=left;spacingLeft=6;" value="HK 例子：&lt;div&gt;- IT 為多&lt;br&gt;&lt;div&gt;- IT 負相關於白銀&lt;/div&gt;&lt;div&gt;- 芯片正相關於白銀&lt;/div&gt;&lt;/div&gt;&lt;div&gt;&lt;br&gt;&lt;/div&gt;&lt;div&gt;- F 為空&lt;/div&gt;&lt;div&gt;- F 正相關於DXY&lt;/div&gt;&lt;div&gt;- F 正相關於BTC&lt;/div&gt;" vertex="1">
-           <mxGeometry height="260" width="200" x="-80" y="800" as="geometry" />
+           <mxGeometry height="260" width="200" x="-210" y="790" as="geometry" />
        </mxCell>
        <mxCell id="YQHDDsOLslfGtJY1zLIF-86" parent="1" style="swimlane;fontStyle=0;childLayout=stackLayout;horizontal=1;startSize=26;fillColor=none;horizontalStack=0;resizeParent=1;resizeParentMax=0;resizeLast=0;collapsible=1;marginBottom=0;html=1;" value="大量股" vertex="1">
-           <mxGeometry height="104" width="140" x="-560" y="425" as="geometry">
+           <mxGeometry height="104" width="140" x="-950" y="300" as="geometry">
            <mxRectangle height="30" width="60" x="-120" y="310" as="alternateBounds" />
          </mxGeometry>
        </mxCell>
        <mxCell id="YQHDDsOLslfGtJY1zLIF-87" parent="YQHDDsOLslfGtJY1zLIF-86" style="text;strokeColor=none;fillColor=none;align=left;verticalAlign=top;spacingLeft=4;spacingRight=4;overflow=hidden;rotatable=0;points=[[0,0.5],[1,0.5]];portConstraint=eastwest;whiteSpace=wrap;html=1;" value="動態大量股" vertex="1">
          <mxGeometry height="26" width="140" y="26" as="geometry" />
        </mxCell>
        <mxCell id="YQHDDsOLslfGtJY1zLIF-88" parent="YQHDDsOLslfGtJY1zLIF-86" style="text;strokeColor=none;fillColor=none;align=left;verticalAlign=top;spacingLeft=4;spacingRight=4;overflow=hidden;rotatable=0;points=[[0,0.5],[1,0.5]];portConstraint=eastwest;whiteSpace=wrap;html=1;" value="常規大量股" vertex="1">
          <mxGeometry height="26" width="140" y="52" as="geometry" />
        </mxCell>
        <mxCell id="YQHDDsOLslfGtJY1zLIF-97" parent="YQHDDsOLslfGtJY1zLIF-86" style="text;strokeColor=none;fillColor=none;align=left;verticalAlign=top;spacingLeft=4;spacingRight=4;overflow=hidden;rotatable=0;points=[[0,0.5],[1,0.5]];portConstraint=eastwest;whiteSpace=wrap;html=1;" vertex="1">
          <mxGeometry height="26" width="140" y="78" as="geometry" />
+         </mxCell>
+         <mxCell id="u62yTT3lsbl58B5bih1E-23" edge="1" parent="1" source="u62yTT3lsbl58B5bih1E-20" style="edgeStyle=orthogonalEdgeStyle;rounded=0;orthogonalLoop=1;jettySize=auto;html=1;" target="u62yTT3lsbl58B5bih1E-22" value="">
+           <mxGeometry relative="1" as="geometry" />
+         </mxCell>
+         <mxCell id="u62yTT3lsbl58B5bih1E-20" parent="1" style="whiteSpace=wrap;html=1;strokeWidth=2;" value="定義行情:&lt;div&gt;股, 版塊, 指數...&lt;/div&gt;" vertex="1">
+           <mxGeometry height="60" width="120" x="60" y="870" as="geometry" />
+         </mxCell>
+         <mxCell id="u62yTT3lsbl58B5bih1E-21" edge="1" parent="1" source="YQHDDsOLslfGtJY1zLIF-10" style="edgeStyle=orthogonalEdgeStyle;rounded=0;orthogonalLoop=1;jettySize=auto;html=1;" target="u62yTT3lsbl58B5bih1E-20" value="">
+           <mxGeometry relative="1" as="geometry" />
+         </mxCell>
+         <mxCell id="u62yTT3lsbl58B5bih1E-22" parent="1" style="whiteSpace=wrap;html=1;strokeWidth=2;" value="即是股/版塊/指數&lt;div&gt;跟商品定義行情&lt;/div&gt;" vertex="1">
+           <mxGeometry height="60" width="120" x="60" y="1010" as="geometry" />
        </mxCell>
      </root>
    </mxGraphModel>
  </diagram>
</mxfile>
